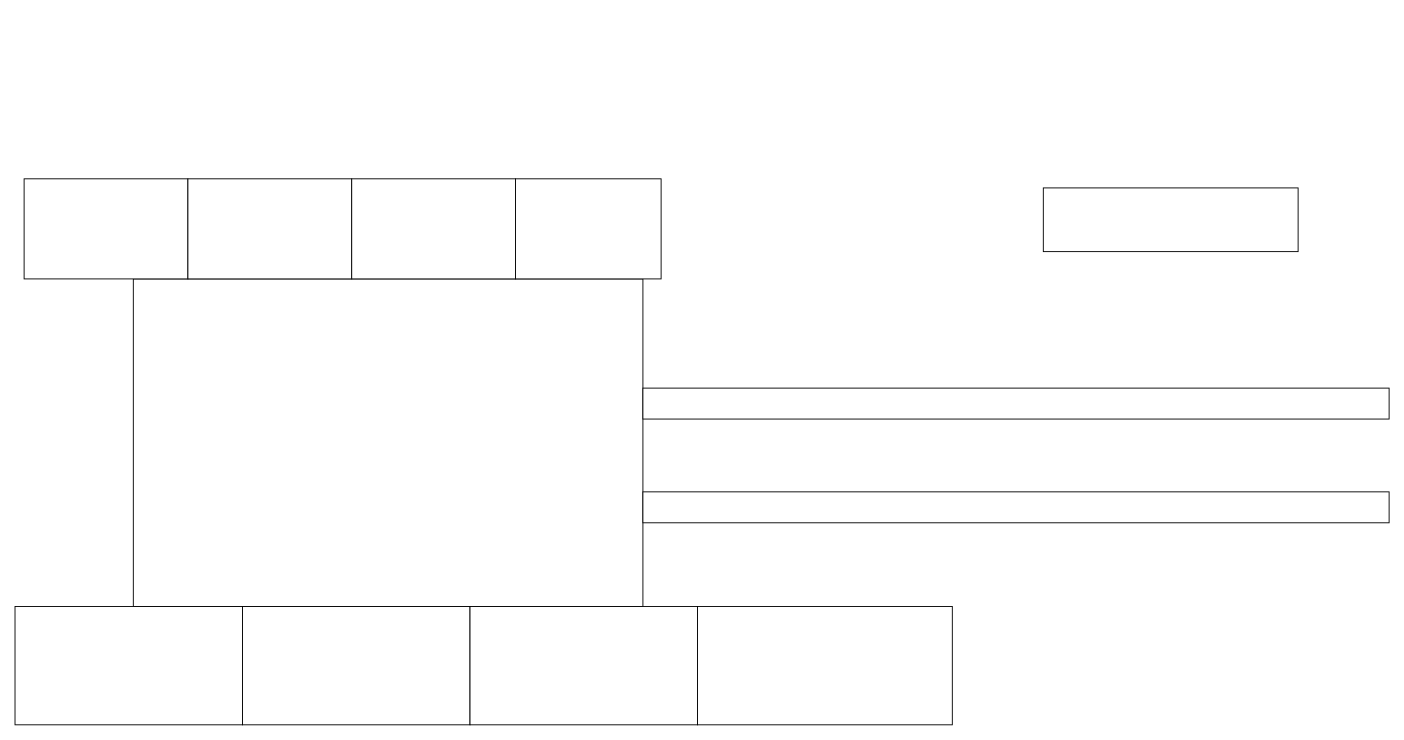
Before: TV Unit.drawio in ritam-mukherjee-it/sonestaa-interor-design, a draw.io diagram. Source tidied: cells renumbered, new cells numbered last; positions are measured from the earlier drawing's top-left corner, leaving out a move shared by most shapes. Both pictures are drawn from the tidied source at 91%, with x=0, y=0 at pixel (15, 178).
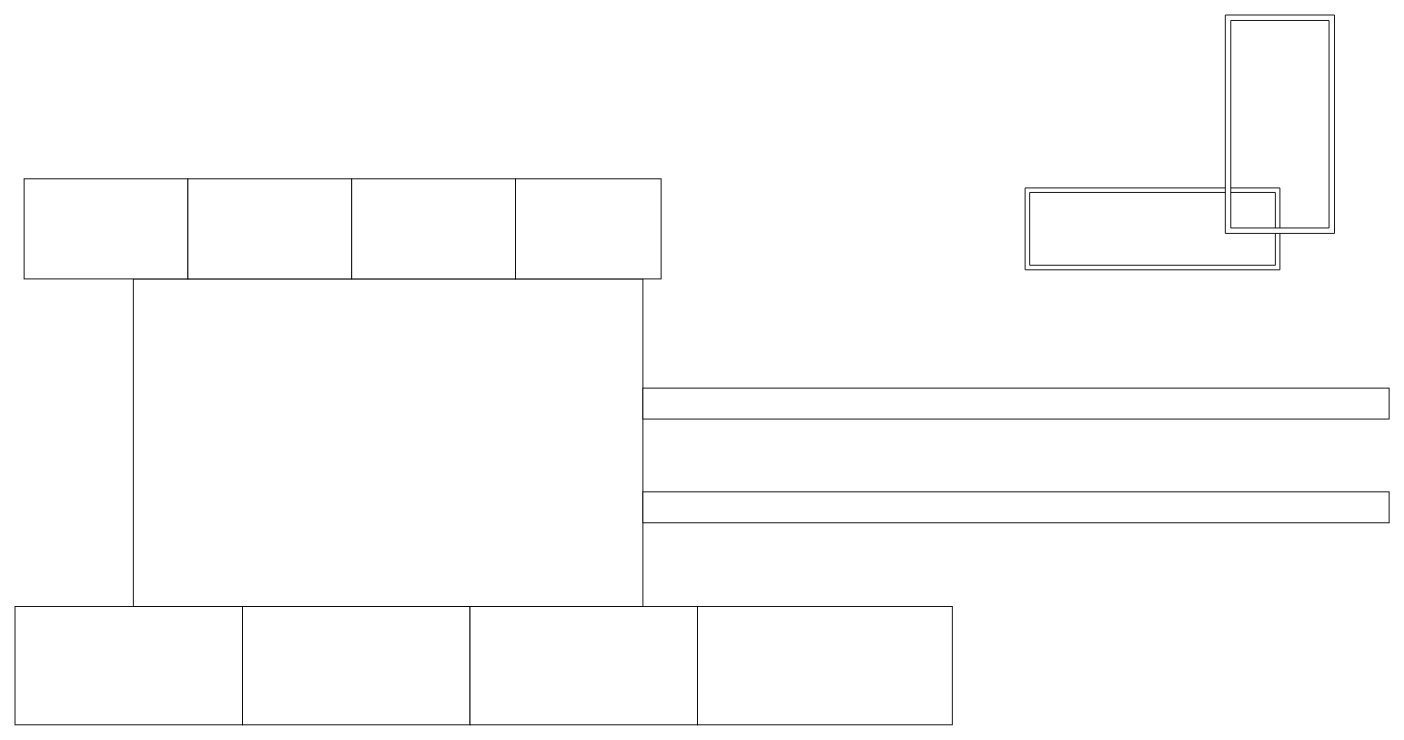
The same diagram, later.

The edit, as a diff of the source:
```diff
@@
 <mxGraphModel>
   <root>
     <mxCell id="0" />
     <mxCell id="1" parent="0" />
     <mxCell id="2" style="rounded=0;whiteSpace=wrap;html=1;" parent="1" vertex="1">
       <mxGeometry x="130" y="110" width="560" height="360" as="geometry" />
     </mxCell>
     <mxCell id="3" style="rounded=0;whiteSpace=wrap;html=1;" parent="1" vertex="1">
       <mxGeometry y="470" width="250" height="130" as="geometry" />
     </mxCell>
     <mxCell id="4" style="rounded=0;whiteSpace=wrap;html=1;" parent="1" vertex="1">
       <mxGeometry x="250" y="470" width="250" height="130" as="geometry" />
     </mxCell>
     <mxCell id="5" style="rounded=0;whiteSpace=wrap;html=1;" parent="1" vertex="1">
       <mxGeometry x="500" y="470" width="250" height="130" as="geometry" />
     </mxCell>
     <mxCell id="6" style="rounded=0;whiteSpace=wrap;html=1;" parent="1" vertex="1">
       <mxGeometry x="750" y="470" width="280" height="130" as="geometry" />
     </mxCell>
     <mxCell id="7" style="rounded=0;whiteSpace=wrap;html=1;" parent="1" vertex="1">
       <mxGeometry x="10" width="180" height="110" as="geometry" />
     </mxCell>
     <mxCell id="8" style="rounded=0;whiteSpace=wrap;html=1;" parent="1" vertex="1">
       <mxGeometry x="190" width="180" height="110" as="geometry" />
     </mxCell>
     <mxCell id="9" style="rounded=0;whiteSpace=wrap;html=1;" parent="1" vertex="1">
       <mxGeometry x="550" width="160" height="110" as="geometry" />
     </mxCell>
     <mxCell id="10" style="rounded=0;whiteSpace=wrap;html=1;" parent="1" vertex="1">
       <mxGeometry x="370" width="180" height="110" as="geometry" />
     </mxCell>
     <mxCell id="11" style="rounded=0;whiteSpace=wrap;html=1;" parent="1" vertex="1">
       <mxGeometry x="690" y="344" width="820" height="34" as="geometry" />
     </mxCell>
     <mxCell id="12" style="rounded=0;whiteSpace=wrap;html=1;" parent="1" vertex="1">
       <mxGeometry x="690" y="230" width="820" height="34" as="geometry" />
     </mxCell>
-    <mxCell id="13" style="rounded=0;whiteSpace=wrap;html=1;" parent="1" vertex="1">
-      <mxGeometry x="1130" y="10" width="280" height="70" as="geometry" />
-    </mxCell>
+    <mxCell id="14" style="verticalLabelPosition=bottom;verticalAlign=top;html=1;shape=mxgraph.basic.frame;dx=5;" parent="1" vertex="1">
+      <mxGeometry x="1110" y="10" width="280" height="90" as="geometry" />
+    </mxCell>
+    <mxCell id="15" style="verticalLabelPosition=bottom;verticalAlign=top;html=1;shape=mxgraph.basic.frame;dx=6;" parent="1" vertex="1">
+      <mxGeometry x="1330" y="-180" width="120" height="240" as="geometry" />
+    </mxCell>
   </root>
 </mxGraphModel>
```
